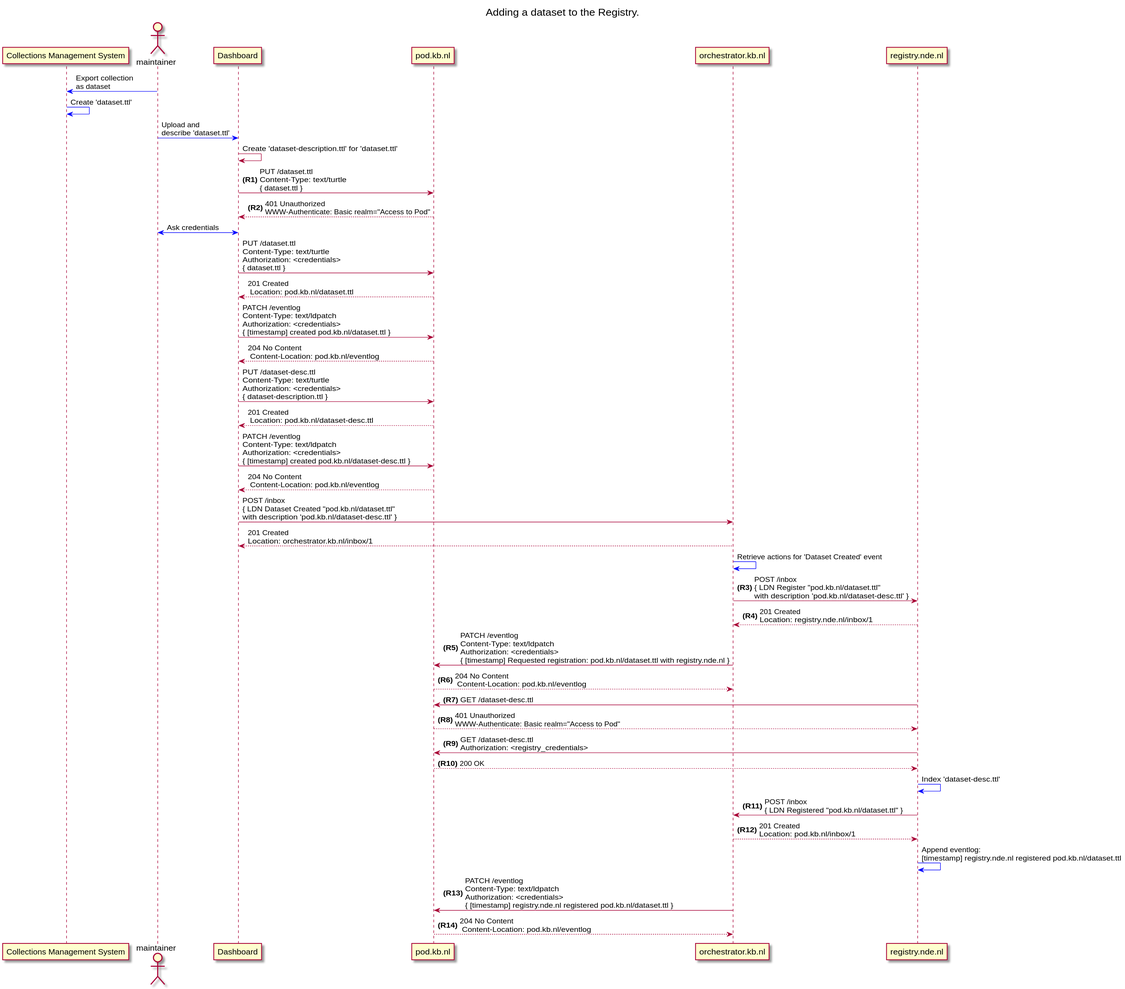
The PlantUML diagram out/new-dataset-sequence/new-dataset-sequence.svg in mielvds/erfgoedpod-sequences, before a commit.
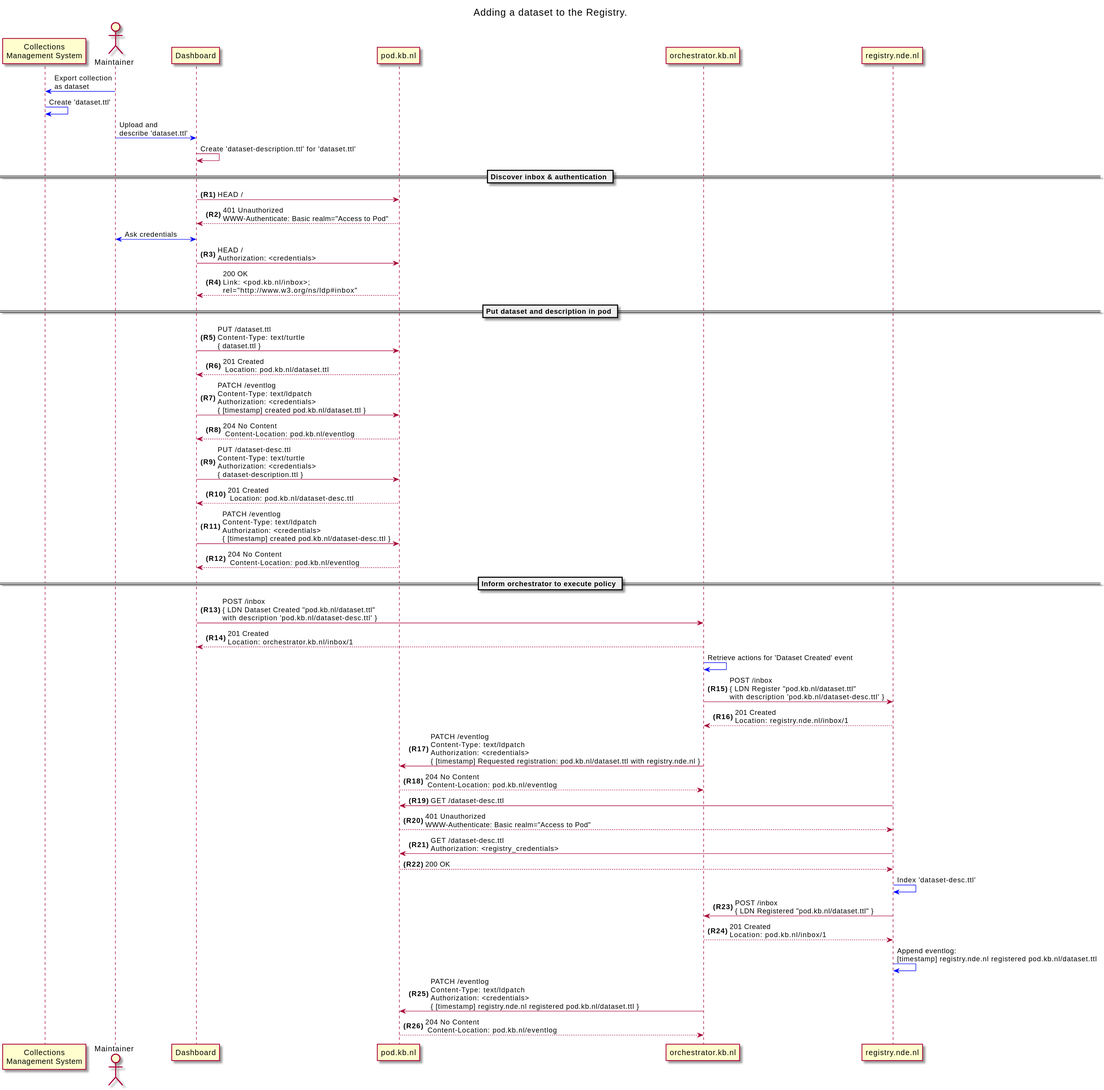
After the change.

Commit message:
Add init sequence and update diagrams

What changed in the source:
```diff
@@ -6,8 +6,8 @@
 
 
 autonumber "<b>(R0)"
-participant "Collections Management System" as CMS
-actor maintainer as Maintainer
+participant "Collections\nManagement System" as CMS
+actor Maintainer as Maintainer
 participant Dashboard as D
 participant pod.kb.nl as Pod
 participant orchestrator.kb.nl as O
@@ -20,13 +20,22 @@
 Maintainer -[#0000FF]> D: Upload and\ndescribe 'dataset.ttl'
 D -> D: Create 'dataset-description.ttl' for 'dataset.ttl'
 
+== Discover inbox & authentication ==
+
 autonumber resume
-D -> Pod : PUT /dataset.ttl\nContent-Type: text/turtle\n{ dataset.ttl }
+D -> Pod : HEAD /
 D <-- Pod : 401 Unauthorized\nWWW-Authenticate: Basic realm="Access to Pod"
+
 autonumber stop
 D <-[#0000FF]> Maintainer : Ask credentials
 
-D -> Pod : PUT /dataset.ttl\nContent-Type: text/turtle\nAuthorization: <credentials>\n{ dataset.ttl }
+autonumber resume
+D -> Pod : HEAD /\nAuthorization: <credentials>
+D <-- Pod: 200 OK\nLink: <pod.kb.nl/inbox>;\nrel="http://www.w3.org/ns/ldp#inbox"
+
+== Put dataset and description in pod ==
+
+D -> Pod : PUT /dataset.ttl\nContent-Type: text/turtle\n{ dataset.ttl }
 D <-- Pod : 201 Created\n Location: pod.kb.nl/dataset.ttl
 
 D -> Pod : PATCH /eventlog\nContent-Type: text/ldpatch\nAuthorization: <credentials>\n{ [timestamp] created pod.kb.nl/dataset.ttl }
@@ -37,6 +46,8 @@
 
 D -> Pod : PATCH /eventlog\nContent-Type: text/ldpatch\nAuthorization: <credentials>\n{ [timestamp] created pod.kb.nl/dataset-desc.ttl }
 D <-- Pod : 204 No Content\n Content-Location: pod.kb.nl/eventlog
+
+== Inform orchestrator to execute policy ==
 
 D -> O: POST /inbox\n{ LDN Dataset Created "pod.kb.nl/dataset.ttl"\nwith description 'pod.kb.nl/dataset-desc.ttl' }
 D <-- O: 201 Created\nLocation: orchestrator.kb.nl/inbox/1
```
